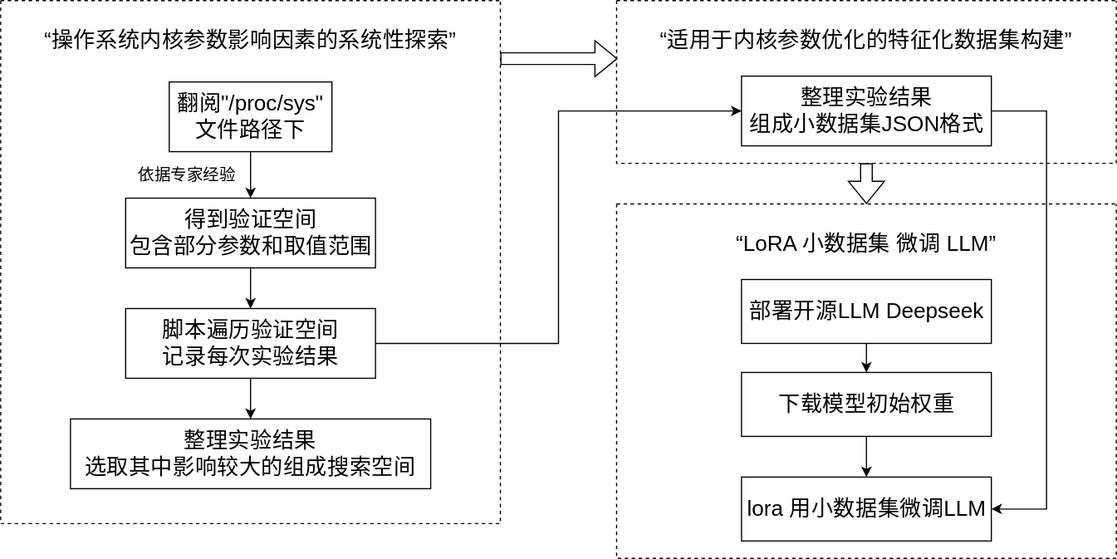
Dong-J93/_pictures keeps this draw.io diagram as Lora.svg. Above is the earlier version. Source tidied: cells renumbered, new cells last; positions are measured from the earlier drawing's top-left corner, leaving out a move shared by most shapes.
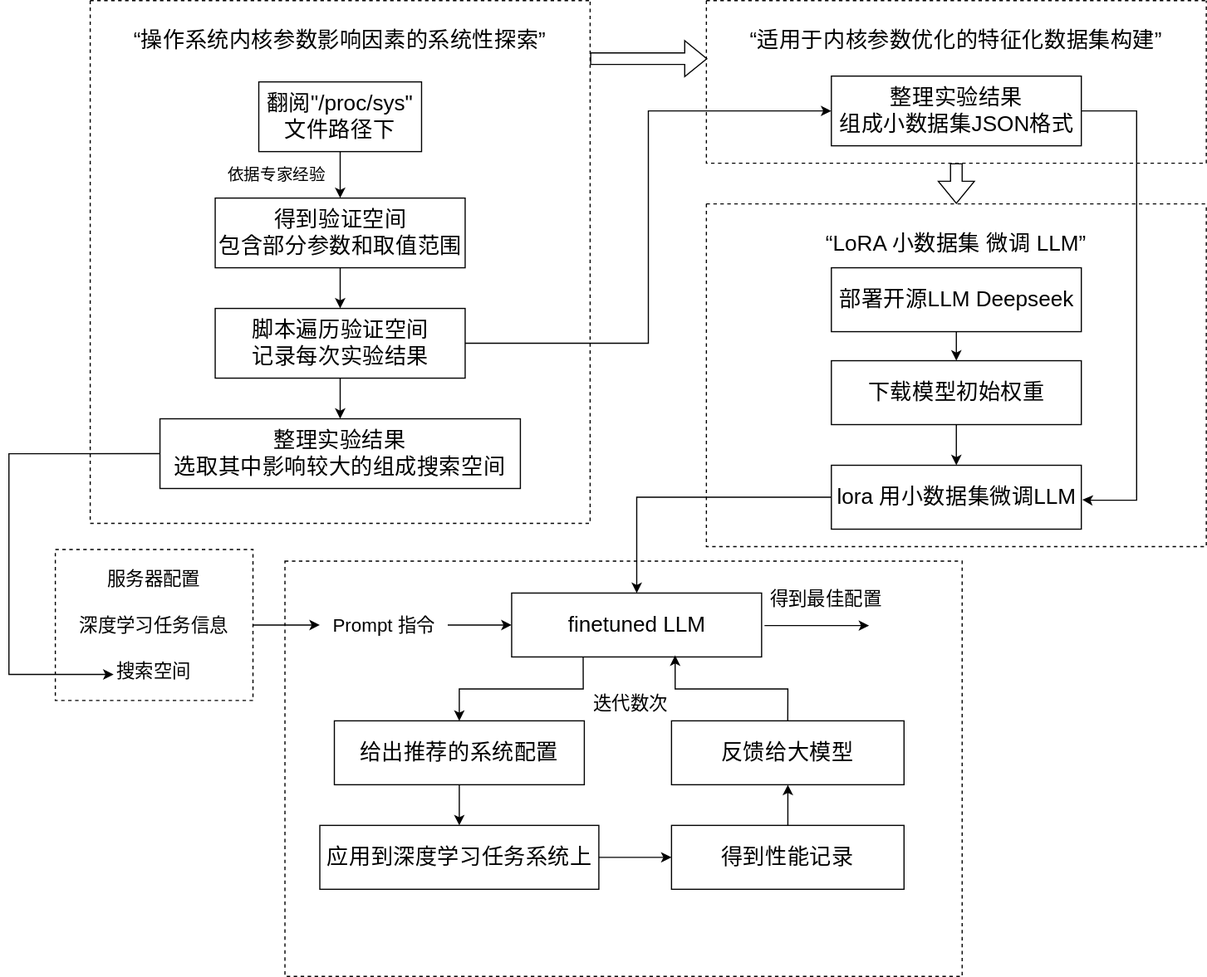
Later version of the same file.

What changed in the source:
```diff
@@ -2,6 +2,12 @@
   <root>
     <mxCell id="0" />
     <mxCell id="1" parent="0" />
+    <mxCell id="26" style="edgeStyle=orthogonalEdgeStyle;rounded=0;jettySize=auto;html=1;" parent="1" edge="1" source="27" target="32">
+      <mxGeometry relative="1" as="geometry" />
+    </mxCell>
+    <mxCell id="27" style="rounded=0;whiteSpace=wrap;html=1;fillColor=none;dashed=1;" parent="1" vertex="1">
+      <mxGeometry x="-30" y="472.5" width="170" height="130" as="geometry" />
+    </mxCell>
     <mxCell id="2" style="swimlane;startSize=0;dashed=1;" parent="1" vertex="1">
       <mxGeometry width="430" height="450" as="geometry" />
     </mxCell>
@@ -51,13 +57,13 @@
       <mxGeometry relative="1" as="geometry" />
     </mxCell>
     <mxCell id="17" style="swimlane;startSize=0;dashed=1;" parent="1" vertex="1">
-      <mxGeometry x="530" y="175" width="430" height="305" as="geometry" />
+      <mxGeometry x="530" y="175" width="430" height="295" as="geometry" />
     </mxCell>
     <mxCell id="18" style="edgeStyle=orthogonalEdgeStyle;rounded=0;jettySize=auto;html=1;" parent="17" edge="1" source="19" target="22">
       <mxGeometry relative="1" as="geometry" />
     </mxCell>
     <mxCell id="19" value="&lt;span style=&quot;font-size: 18.6667px;&quot;&gt;部署开源LLM Deepseek&lt;/span&gt;" style="rounded=0;whiteSpace=wrap;html=1;" parent="17" vertex="1">
-      <mxGeometry x="107.5" y="65" width="215" height="55" as="geometry" />
+      <mxGeometry x="107.5" y="55" width="215" height="55" as="geometry" />
     </mxCell>
     <mxCell id="20" value="&lt;span style=&quot;font-size: 18.6667px;&quot;&gt;“LoRA 小数据集 微调 LLM”&lt;/span&gt;" style="text;html=1;align=center;verticalAlign=middle;whiteSpace=wrap;rounded=0;" parent="17" vertex="1">
       <mxGeometry x="20" y="20" width="390" height="30" as="geometry" />
@@ -66,21 +72,95 @@
       <mxGeometry relative="1" as="geometry" />
     </mxCell>
     <mxCell id="22" value="&lt;span style=&quot;font-size: 18.6667px;&quot;&gt;下载模型初始权重&lt;/span&gt;" style="rounded=0;whiteSpace=wrap;html=1;" parent="17" vertex="1">
-      <mxGeometry x="107.5" y="145" width="215" height="55" as="geometry" />
+      <mxGeometry x="107.5" y="135" width="215" height="55" as="geometry" />
     </mxCell>
     <mxCell id="23" value="&lt;span style=&quot;font-size: 18.6667px;&quot;&gt;lora 用小数据集微调LLM&lt;/span&gt;" style="rounded=0;whiteSpace=wrap;html=1;" parent="17" vertex="1">
-      <mxGeometry x="107.5" y="235" width="215" height="55" as="geometry" />
+      <mxGeometry x="107.5" y="225" width="215" height="55" as="geometry" />
     </mxCell>
     <mxCell id="24" style="shape=flexArrow;endArrow=classic;html=1;rounded=0;entryX=0.5;entryY=0;entryDx=0;entryDy=0;exitX=0.5;exitY=1;exitDx=0;exitDy=0;" parent="1" edge="1" source="12" target="17">
       <mxGeometry relative="1" as="geometry" />
     </mxCell>
-    <mxCell id="25" style="edgeStyle=orthogonalEdgeStyle;rounded=0;jettySize=auto;html=1;exitX=1;exitY=0.5;exitDx=0;exitDy=0;entryX=1;entryY=0.5;entryDx=0;entryDy=0;" parent="1" edge="1" source="13" target="23">
+    <mxCell id="25" style="edgeStyle=orthogonalEdgeStyle;rounded=0;jettySize=auto;html=1;exitX=1;exitY=0.5;exitDx=0;exitDy=0;entryX=1.004;entryY=0.538;entryDx=0;entryDy=0;entryPerimeter=0;" parent="1" edge="1" source="13" target="23">
       <mxGeometry relative="1" as="geometry">
         <Array as="points">
           <mxPoint x="900" y="95" />
-          <mxPoint x="900" y="438" />
+          <mxPoint x="900" y="430" />
+          <mxPoint x="860" y="430" />
         </Array>
       </mxGeometry>
     </mxCell>
+    <mxCell id="28" style="edgeStyle=orthogonalEdgeStyle;rounded=0;jettySize=auto;html=1;exitX=0.286;exitY=0.96;exitDx=0;exitDy=0;exitPerimeter=0;" parent="1" edge="1" source="29" target="34">
+      <mxGeometry relative="1" as="geometry" />
+    </mxCell>
+    <mxCell id="29" value="&lt;span style=&quot;font-size: 18.6667px;&quot;&gt;finetuned LLM&lt;/span&gt;" style="rounded=0;whiteSpace=wrap;html=1;" parent="1" vertex="1">
+      <mxGeometry x="362.5" y="510" width="215" height="55" as="geometry" />
+    </mxCell>
+    <mxCell id="30" style="edgeStyle=orthogonalEdgeStyle;rounded=0;jettySize=auto;html=1;" parent="1" edge="1" source="23" target="29">
+      <mxGeometry relative="1" as="geometry" />
+    </mxCell>
+    <mxCell id="31" style="endArrow=classic;html=1;rounded=0;entryX=0;entryY=0.5;entryDx=0;entryDy=0;exitX=1;exitY=0.5;exitDx=0;exitDy=0;" parent="1" edge="1" source="32" target="29">
+      <mxGeometry relative="1" as="geometry" />
+    </mxCell>
+    <mxCell id="32" value="&lt;font style=&quot;font-size: 16px;&quot;&gt;Prompt 指令&lt;/font&gt;" style="text;html=1;align=center;verticalAlign=middle;whiteSpace=wrap;rounded=0;" parent="1" vertex="1">
+      <mxGeometry x="197.5" y="522.5" width="110" height="30" as="geometry" />
+    </mxCell>
+    <mxCell id="33" style="edgeStyle=orthogonalEdgeStyle;rounded=0;jettySize=auto;html=1;" parent="1" edge="1" source="34" target="36">
+      <mxGeometry relative="1" as="geometry" />
+    </mxCell>
+    <mxCell id="34" value="&lt;span style=&quot;font-size: 18.6667px;&quot;&gt;给出推荐的系统配置&lt;/span&gt;" style="rounded=0;whiteSpace=wrap;html=1;" parent="1" vertex="1">
+      <mxGeometry x="210" y="620" width="215" height="55" as="geometry" />
+    </mxCell>
+    <mxCell id="35" style="edgeStyle=orthogonalEdgeStyle;rounded=0;jettySize=auto;html=1;" parent="1" edge="1" source="36" target="38">
+      <mxGeometry relative="1" as="geometry" />
+    </mxCell>
+    <mxCell id="36" value="&lt;span style=&quot;font-size: 18.6667px;&quot;&gt;应用到深度学习任务系统上&lt;/span&gt;" style="rounded=0;whiteSpace=wrap;html=1;" parent="1" vertex="1">
+      <mxGeometry x="197.5" y="710" width="240" height="55" as="geometry" />
+    </mxCell>
+    <mxCell id="37" style="edgeStyle=orthogonalEdgeStyle;rounded=0;jettySize=auto;html=1;" parent="1" edge="1" source="38" target="39">
+      <mxGeometry relative="1" as="geometry" />
+    </mxCell>
+    <mxCell id="38" value="&lt;span style=&quot;font-size: 18.6667px;&quot;&gt;得到性能记录&lt;/span&gt;" style="rounded=0;whiteSpace=wrap;html=1;" parent="1" vertex="1">
+      <mxGeometry x="500" y="710" width="200" height="55" as="geometry" />
+    </mxCell>
+    <mxCell id="39" value="&lt;span style=&quot;font-size: 18.6667px;&quot;&gt;反馈给大模型&lt;/span&gt;" style="rounded=0;whiteSpace=wrap;html=1;" parent="1" vertex="1">
+      <mxGeometry x="500" y="620" width="200" height="55" as="geometry" />
+    </mxCell>
+    <mxCell id="40" style="edgeStyle=orthogonalEdgeStyle;rounded=0;jettySize=auto;html=1;exitX=0.5;exitY=0;exitDx=0;exitDy=0;entryX=0.654;entryY=0.975;entryDx=0;entryDy=0;entryPerimeter=0;" parent="1" edge="1" source="39" target="29">
+      <mxGeometry relative="1" as="geometry" />
+    </mxCell>
+    <mxCell id="41" value="&lt;font style=&quot;font-size: 16px;&quot;&gt;迭代数次&lt;/font&gt;" style="text;html=1;align=center;verticalAlign=middle;whiteSpace=wrap;rounded=0;" parent="1" vertex="1">
+      <mxGeometry x="410" y="590" width="110" height="30" as="geometry" />
+    </mxCell>
+    <mxCell id="42" style="endArrow=classic;html=1;rounded=0;" parent="1" edge="1">
+      <mxGeometry relative="1" as="geometry">
+        <mxPoint x="580" y="538" as="sourcePoint" />
+        <mxPoint x="670" y="538" as="targetPoint" />
+      </mxGeometry>
+    </mxCell>
+    <mxCell id="43" value="&lt;font style=&quot;font-size: 16px;&quot;&gt;得到最佳配置&lt;/font&gt;" style="text;html=1;align=center;verticalAlign=middle;whiteSpace=wrap;rounded=0;" parent="1" vertex="1">
+      <mxGeometry x="577.5" y="500" width="110" height="30" as="geometry" />
+    </mxCell>
+    <mxCell id="44" value="&lt;span style=&quot;font-size: 16px;&quot;&gt;服务器配置&lt;/span&gt;" style="text;html=1;align=center;verticalAlign=middle;whiteSpace=wrap;rounded=0;" parent="1" vertex="1">
+      <mxGeometry y="482.5" width="110" height="30" as="geometry" />
+    </mxCell>
+    <mxCell id="45" value="&lt;span style=&quot;font-size: 16px;&quot;&gt;深度学习任务信息&lt;/span&gt;" style="text;html=1;align=center;verticalAlign=middle;whiteSpace=wrap;rounded=0;" parent="1" vertex="1">
+      <mxGeometry x="-20" y="522.5" width="150" height="30" as="geometry" />
+    </mxCell>
+    <mxCell id="46" value="&lt;span style=&quot;font-size: 16px;&quot;&gt;搜索空间&lt;/span&gt;" style="text;html=1;align=center;verticalAlign=middle;whiteSpace=wrap;rounded=0;" parent="1" vertex="1">
+      <mxGeometry x="-20" y="562.5" width="150" height="30" as="geometry" />
+    </mxCell>
+    <mxCell id="47" style="edgeStyle=orthogonalEdgeStyle;rounded=0;jettySize=auto;html=1;exitX=0;exitY=0.5;exitDx=0;exitDy=0;" parent="1" edge="1" source="9">
+      <mxGeometry relative="1" as="geometry">
+        <mxPoint x="20" y="580" as="targetPoint" />
+        <Array as="points">
+          <mxPoint x="-70" y="390" />
+          <mxPoint x="-70" y="580" />
+          <mxPoint x="20" y="580" />
+        </Array>
+      </mxGeometry>
+    </mxCell>
+    <mxCell id="48" style="rounded=0;whiteSpace=wrap;html=1;fillColor=none;dashed=1;" parent="1" vertex="1">
+      <mxGeometry x="167.5" y="482.5" width="582.5" height="357.5" as="geometry" />
+    </mxCell>
   </root>
 </mxGraphModel>
```
